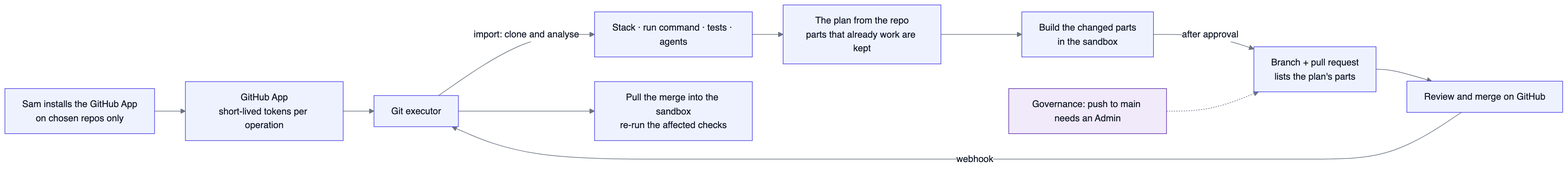
netanyaj/architect-2 keeps this Mermaid diagram as docs/product/diagrams/A7-github-flow.png. Above is the earlier version. Its source is kept beside it as docs/product/diagrams/src/A7-github-flow.mmd. Source of this version:
```mermaid
flowchart LR
  U["Sam installs the GitHub App<br/>on chosen repos only"] --> GA["GitHub App<br/>short-lived tokens per operation"]
  GA --> GE["Git executor"]
  GE -- import: clone and analyse --> AN["Stack · run command · tests · agents"]
  AN --> PL["The plan from the repo<br/>parts that already work are kept"]
  PL --> BLD["Build the changed parts<br/>in the sandbox"]
  BLD -- after approval --> PR["Branch + pull request<br/>lists the plan's parts"]
  PR --> REV["Review and merge on GitHub"]
  REV -- webhook --> GE
  GE --> SYNC["Pull the merge into the sandbox<br/>re-run the affected checks"]
  POL["Governance: push to main needs an Admin"] -.-> PR
  classDef g fill:#F0EAFA,stroke:#6236AD;
  class POL g;
```
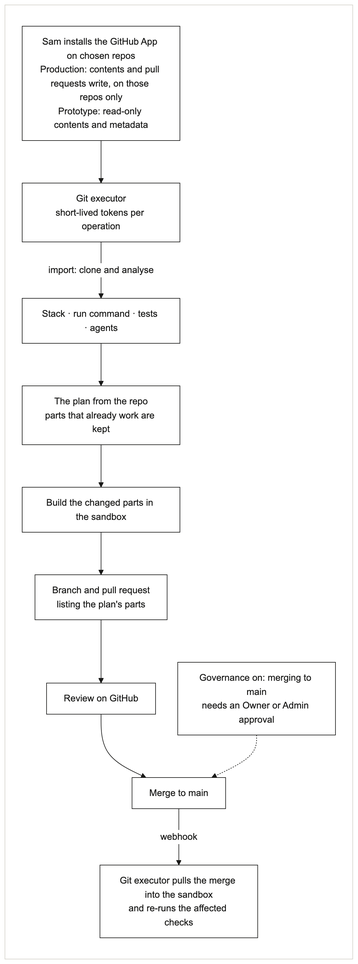
Later version of the same file.

What changed in the source:
```diff
@@ -1,13 +1,16 @@
-flowchart LR
-  U["Sam installs the GitHub App<br/>on chosen repos only"] --> GA["GitHub App<br/>short-lived tokens per operation"]
-  GA --> GE["Git executor"]
-  GE -- import: clone and analyse --> AN["Stack · run command · tests · agents"]
-  AN --> PL["The plan from the repo<br/>parts that already work are kept"]
-  PL --> BLD["Build the changed parts<br/>in the sandbox"]
-  BLD -- after approval --> PR["Branch + pull request<br/>lists the plan's parts"]
-  PR --> REV["Review and merge on GitHub"]
-  REV -- webhook --> GE
-  GE --> SYNC["Pull the merge into the sandbox<br/>re-run the affected checks"]
-  POL["Governance: push to main needs an Admin"] -.-> PR
-  classDef g fill:#F0EAFA,stroke:#6236AD;
-  class POL g;
+%%{init: {"theme":"base","themeVariables":{"fontFamily":"Arial","fontSize":"15px","primaryColor":"#FFFFFF","primaryBorderColor":"#1A1A19","primaryTextColor":"#1A1A19","lineColor":"#1A1A19","secondaryColor":"#FFFFFF","tertiaryColor":"#FFFFFF","clusterBkg":"#F5F4F0","clusterBorder":"#D6D4CC","edgeLabelBackground":"#FFFFFF","actorBkg":"#FFFFFF","actorBorder":"#1A1A19","actorTextColor":"#1A1A19","actorLineColor":"#A8A69F","signalColor":"#1A1A19","signalTextColor":"#1A1A19","noteBkgColor":"#F5F4F0","noteBorderColor":"#D6D4CC","noteTextColor":"#42413D","labelBoxBkgColor":"#FFFFFF","labelBoxBorderColor":"#1A1A19","labelTextColor":"#1A1A19","loopTextColor":"#1A1A19","activationBkgColor":"#F5F4F0","activationBorderColor":"#1A1A19","sequenceNumberColor":"#FFFFFF"},"flowchart":{"curve":"basis","padding":14,"nodeSpacing":36,"rankSpacing":44}}}%%
+flowchart TB
+  subgraph CARD[" "]
+    direction TB
+    U["Sam installs the GitHub App on chosen repos<br/>Production: contents and pull requests write, on those repos only<br/>Prototype: read-only contents and metadata"]
+    U --> GE["Git executor<br/>short-lived tokens per operation"]
+    GE -- "import: clone and analyse" --> AN["Stack · run command · tests · agents"]
+    AN --> PL["The plan from the repo<br/>parts that already work are kept"]
+    PL --> BLD["Build the changed parts in the sandbox"]
+    BLD --> PR["Branch and pull request<br/>listing the plan's parts"]
+    PR --> REV["Review on GitHub"]
+    REV --> MRG["Merge to main"]
+    POL["Governance on: merging to main<br/>needs an Owner or Admin approval"] -.-> MRG
+    MRG -- "webhook" --> SYNC["Git executor pulls the merge into the sandbox<br/>and re-runs the affected checks"]
+  end
+  style CARD fill:#FFFFFF,stroke:#D6D4CC
```
